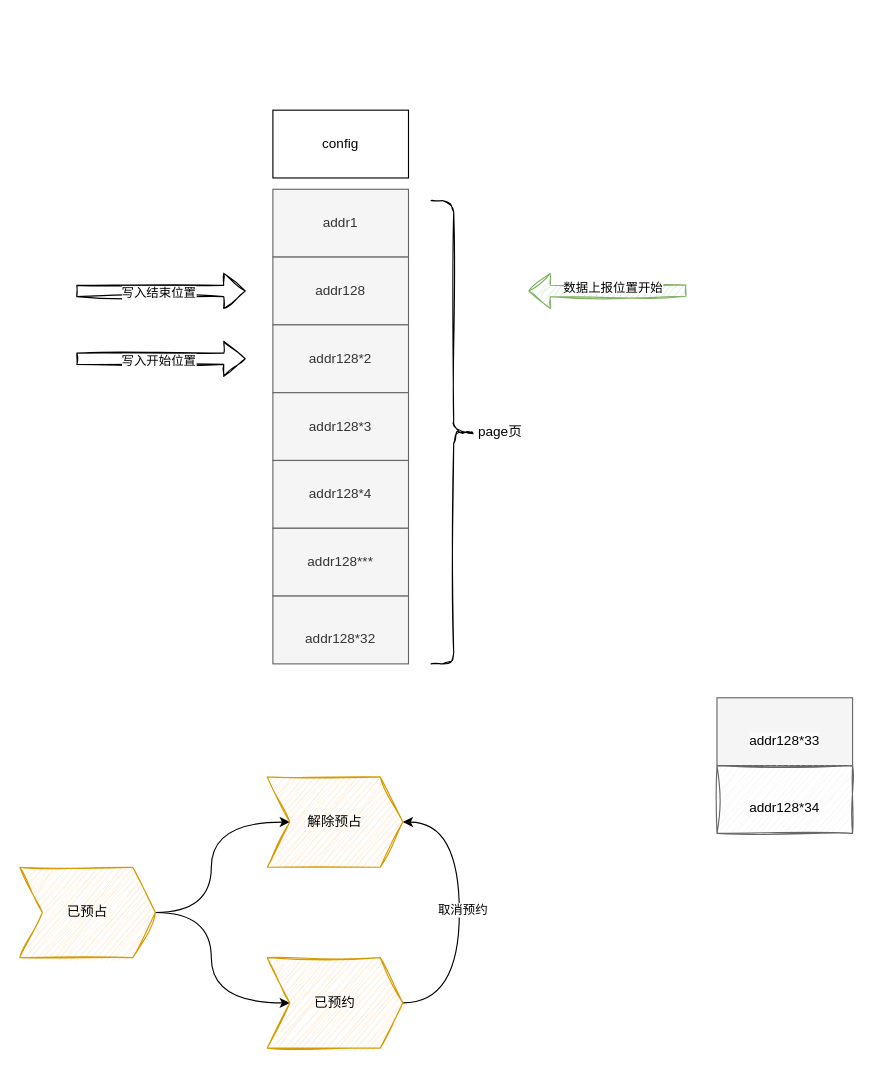
nayouzhenai/java_web keeps this draw.io diagram as page "第 4 页" (4 of 5) of GCroot.drawio. Above is the earlier version. Source tidied: cells renumbered, new cells numbered last; positions are measured from the earlier drawing's top-left corner, leaving out a move shared by most shapes. Both pictures are drawn from the tidied source at 113%, with x=0, y=0 at pixel (19, 110).
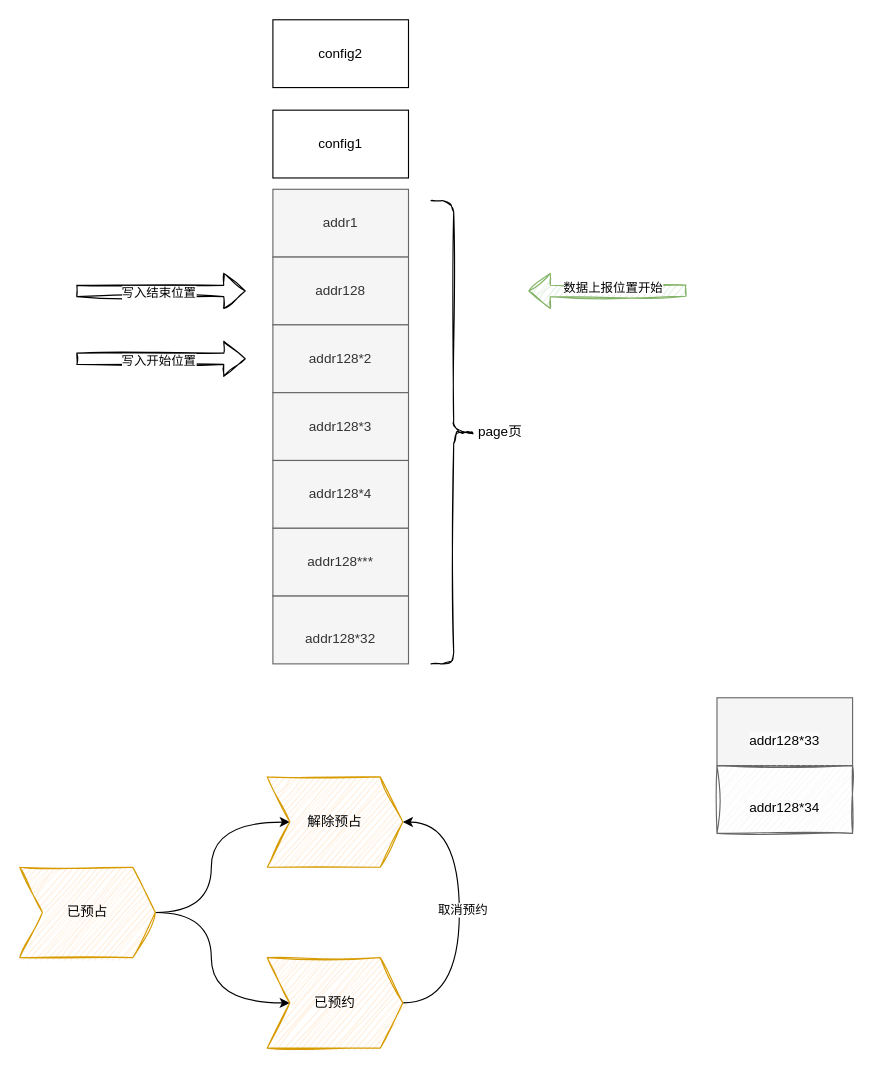
After the change.

What changed in the source:
```diff
@@
-    <mxCell id="18" value="config" style="rounded=0;whiteSpace=wrap;html=1;" parent="1" vertex="1">
+    <mxCell id="18" value="config1" style="rounded=0;whiteSpace=wrap;html=1;" parent="1" vertex="1">
       <mxGeometry x="224" width="120" height="60" as="geometry" />
     </mxCell>
@@
+    <mxCell id="26" value="config2" style="rounded=0;whiteSpace=wrap;html=1;" parent="1" vertex="1">
+      <mxGeometry x="224" y="-80" width="120" height="60" as="geometry" />
+    </mxCell>
```
